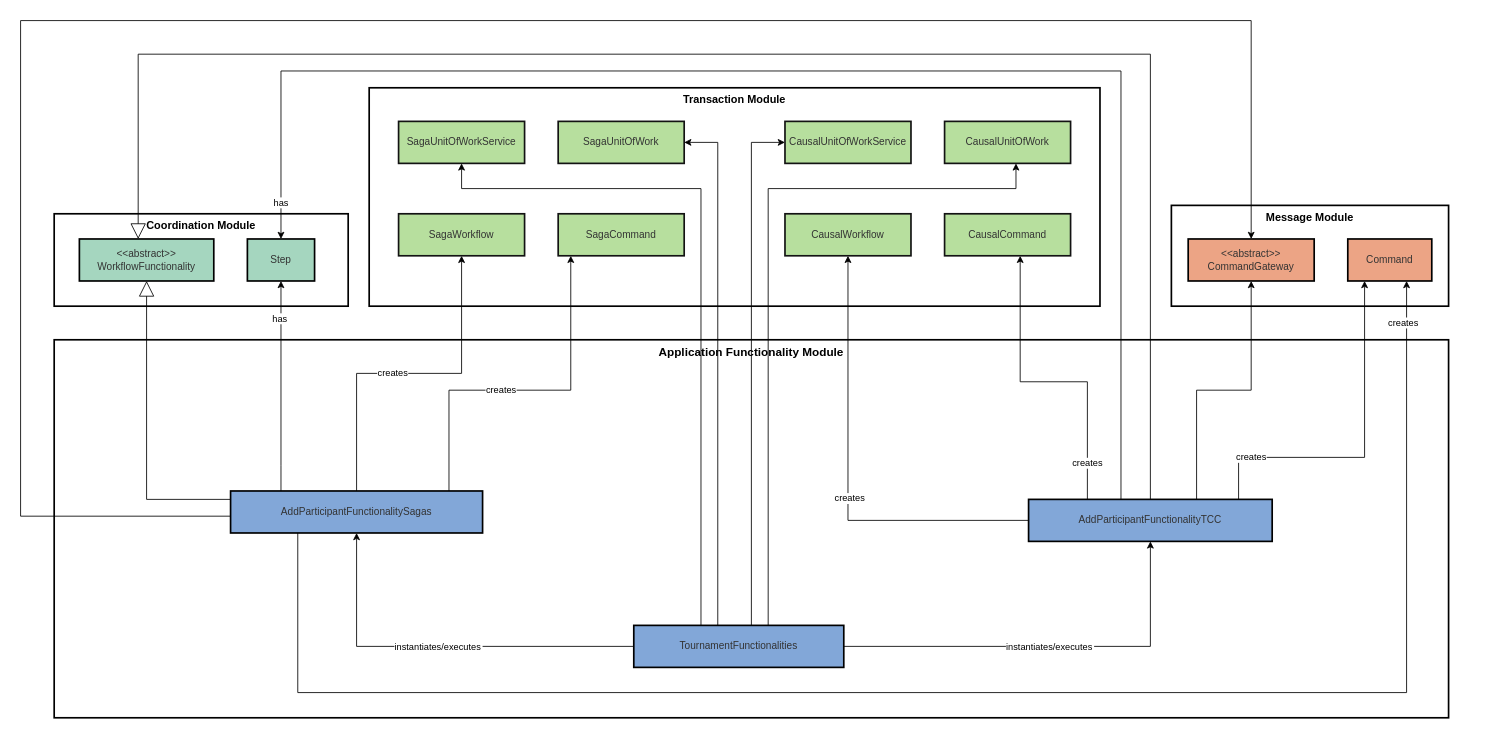
Before: data/figs/architecture/layers/layers_app_functionalities.drawio in socialsoftware/microservices-simulator, a draw.io diagram. Source tidied: cells renumbered, new cells numbered last; positions are measured from the earlier drawing's top-left corner, leaving out a move shared by most shapes. Both pictures are drawn from the tidied source at 84%, with x=0, y=0 at pixel (20, 20).
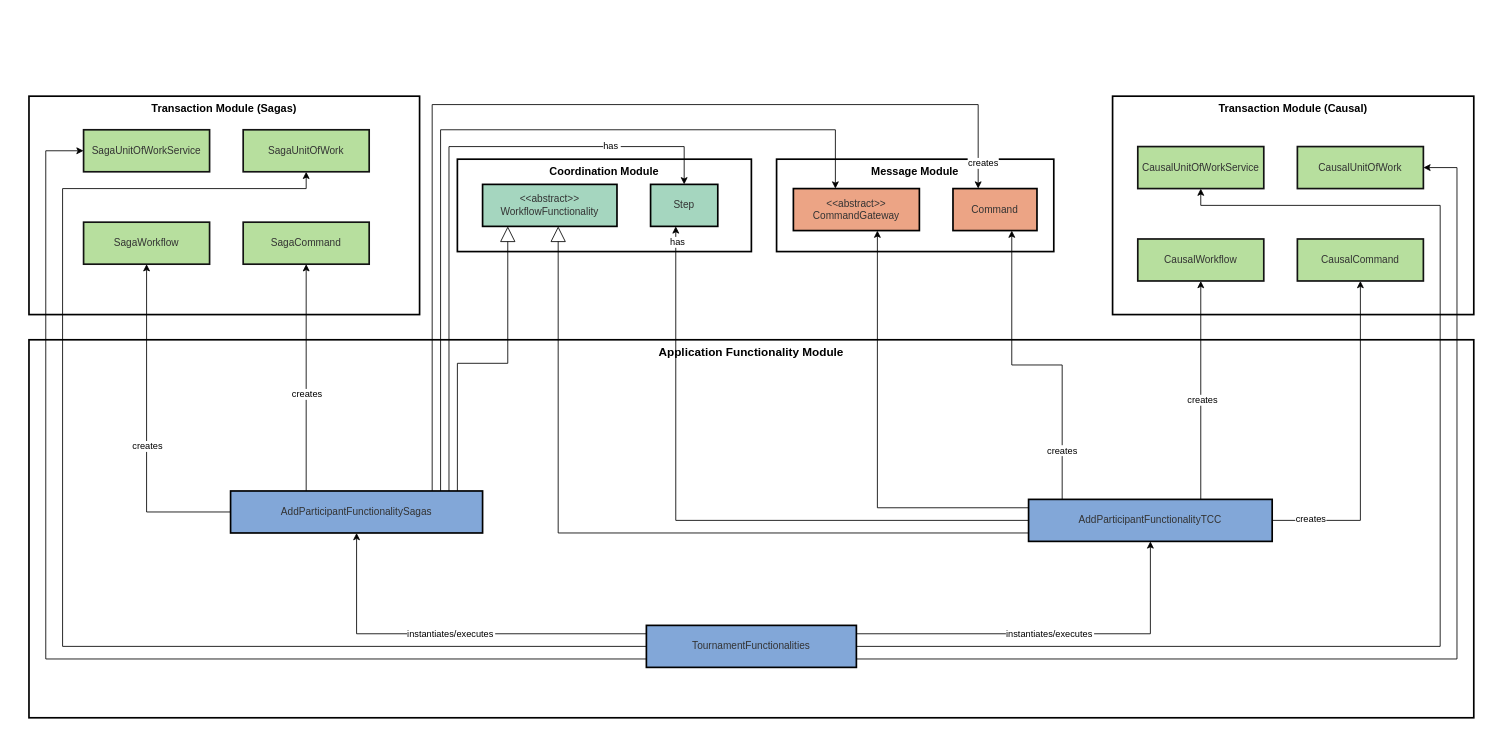
After the change.

Unchanged cells that the change refers to:
```xml
<mxCell id="21" value="AddParticipantFunctionalitySagas" style="whiteSpace=wrap;strokeWidth=2;fillColor=light-dark(#82A7D8,#1F2020);strokeColor=light-dark(#000000,#CCCCCC);fontColor=light-dark(#333333,#cccccc);" parent="1" vertex="1">
  <mxGeometry x="250" y="560" width="300" height="50" as="geometry" />
</mxCell>
<mxCell id="32" value="AddParticipantFunctionalityTCC" style="whiteSpace=wrap;strokeWidth=2;fillColor=light-dark(#82A7D8,#1F2020);strokeColor=light-dark(#000000,#CCCCCC);fontColor=light-dark(#333333,#cccccc);" parent="1" vertex="1">
  <mxGeometry x="1200" y="570" width="290" height="50" as="geometry" />
</mxCell>
```

The edit, as a diff of the source:
```diff
@@
+    <mxCell id="47" value="Transaction Module (Causal)" style="whiteSpace=wrap;strokeWidth=2;verticalAlign=top;fontStyle=1;fontSize=13;" parent="1" vertex="1">
+      <mxGeometry x="1300" y="90" width="430" height="260" as="geometry" />
+    </mxCell>
-    <mxCell id="2" value="Transaction Module" style="whiteSpace=wrap;strokeWidth=2;verticalAlign=top;fontStyle=1;fontSize=13;" parent="1" vertex="1">
-      <mxGeometry x="415" y="80" width="870" height="260" as="geometry" />
+    <mxCell id="2" value="Transaction Module (Sagas)" style="whiteSpace=wrap;strokeWidth=2;verticalAlign=top;fontStyle=1;fontSize=13;" parent="1" vertex="1">
+      <mxGeometry x="10" y="90" width="465" height="260" as="geometry" />
     </mxCell>
     <mxCell id="3" value="Coordination Module" style="whiteSpace=wrap;strokeWidth=2;verticalAlign=top;fontStyle=1;fontSize=13;" parent="1" vertex="1">
-      <mxGeometry x="40" y="230" width="350" height="110" as="geometry" />
+      <mxGeometry x="520" y="165" width="350" height="110" as="geometry" />
     </mxCell>
     <mxCell id="4" value="Message Module" style="whiteSpace=wrap;strokeWidth=2;verticalAlign=top;fontStyle=1;fontSize=13;" parent="1" vertex="1">
-      <mxGeometry x="1370" y="220" width="330" height="120" as="geometry" />
+      <mxGeometry x="900" y="165" width="330" height="110" as="geometry" />
     </mxCell>
     <mxCell id="5" value="Application Functionality Module" style="whiteSpace=wrap;strokeWidth=2;verticalAlign=top;fontStyle=1;fontSize=14;" parent="1" vertex="1">
-      <mxGeometry x="40" y="380" width="1660" height="450" as="geometry" />
+      <mxGeometry x="10" y="380" width="1720" height="450" as="geometry" />
     </mxCell>
-    <mxCell id="6" style="edgeStyle=orthogonalEdgeStyle;rounded=0;jettySize=auto;html=1;" parent="1" edge="1" source="10" target="36">
+    <mxCell id="6" style="edgeStyle=orthogonalEdgeStyle;rounded=0;jettySize=auto;html=1;jumpStyle=arc;" parent="1" edge="1" source="10" target="36">
       <mxGeometry relative="1" as="geometry">
         <Array as="points">
-          <mxPoint x="810" y="200" />
-          <mxPoint x="525" y="200" />
+          <mxPoint x="30" y="760" />
+          <mxPoint x="30" y="155" />
         </Array>
       </mxGeometry>
     </mxCell>
-    <mxCell id="7" style="edgeStyle=orthogonalEdgeStyle;rounded=0;jettySize=auto;html=1;" parent="1" edge="1" source="10" target="37">
+    <mxCell id="7" style="edgeStyle=orthogonalEdgeStyle;rounded=0;jettySize=auto;html=1;jumpStyle=arc;" parent="1" edge="1" source="10" target="37">
       <mxGeometry relative="1" as="geometry">
         <Array as="points">
-          <mxPoint x="830" y="145" />
+          <mxPoint x="50" y="745" />
+          <mxPoint x="50" y="200" />
+          <mxPoint x="340" y="200" />
         </Array>
       </mxGeometry>
     </mxCell>
-    <mxCell id="8" style="edgeStyle=orthogonalEdgeStyle;rounded=0;jettySize=auto;html=1;" parent="1" edge="1" source="10" target="38">
+    <mxCell id="8" style="edgeStyle=orthogonalEdgeStyle;rounded=0;jettySize=auto;html=1;jumpStyle=arc;" parent="1" edge="1" source="10" target="38">
       <mxGeometry relative="1" as="geometry">
         <Array as="points">
-          <mxPoint x="870" y="145" />
+          <mxPoint x="1690" y="745" />
+          <mxPoint x="1690" y="220" />
+          <mxPoint x="1405" y="220" />
         </Array>
       </mxGeometry>
     </mxCell>
-    <mxCell id="9" style="edgeStyle=orthogonalEdgeStyle;rounded=0;jettySize=auto;html=1;" parent="1" edge="1" source="10" target="39">
+    <mxCell id="9" style="edgeStyle=orthogonalEdgeStyle;rounded=0;jettySize=auto;html=1;jumpStyle=arc;" parent="1" edge="1" source="10" target="39">
       <mxGeometry relative="1" as="geometry">
         <Array as="points">
-          <mxPoint x="890" y="200" />
-          <mxPoint x="1185" y="200" />
+          <mxPoint x="1710" y="760" />
+          <mxPoint x="1710" y="175" />
         </Array>
       </mxGeometry>
     </mxCell>
     <mxCell id="10" value="TournamentFunctionalities" style="whiteSpace=wrap;strokeWidth=2;fillColor=light-dark(#82A7D8,#1F2020);strokeColor=light-dark(#000000,#CCCCCC);fontColor=light-dark(#333333,#cccccc);" parent="1" vertex="1">
-      <mxGeometry x="730" y="720" width="250" height="50" as="geometry" />
+      <mxGeometry x="745" y="720" width="250" height="50" as="geometry" />
     </mxCell>
-    <mxCell id="11" style="edgeStyle=orthogonalEdgeStyle;rounded=0;jettySize=auto;html=1;" parent="1" edge="1" source="21" target="44">
+    <mxCell id="11" style="edgeStyle=orthogonalEdgeStyle;rounded=0;jettySize=auto;html=1;jumpStyle=arc;" parent="1" edge="1" source="21" target="44">
       <mxGeometry relative="1" as="geometry" />
     </mxCell>
@@
-    <mxCell id="13" style="edgeStyle=orthogonalEdgeStyle;rounded=0;jettySize=auto;html=1;endArrow=block;endFill=0;endSize=16;" parent="1" edge="1" source="21" target="35">
+    <mxCell id="13" style="edgeStyle=orthogonalEdgeStyle;rounded=0;jettySize=auto;html=1;endArrow=block;endFill=0;endSize=16;jumpStyle=arc;" parent="1" edge="1" source="21" target="35">
       <mxGeometry relative="1" as="geometry">
         <Array as="points">
-          <mxPoint x="150" y="570" />
+          <mxPoint x="520" y="408" />
+          <mxPoint x="580" y="408" />
         </Array>
       </mxGeometry>
     </mxCell>
-    <mxCell id="14" style="edgeStyle=orthogonalEdgeStyle;rounded=0;jettySize=auto;html=1;" parent="1" edge="1" source="21" target="42">
+    <mxCell id="14" style="edgeStyle=orthogonalEdgeStyle;rounded=0;jettySize=auto;html=1;jumpStyle=arc;" parent="1" edge="1" source="21" target="42">
       <mxGeometry relative="1" as="geometry">
         <Array as="points">
-          <mxPoint x="510" y="440" />
-          <mxPoint x="655" y="440" />
-          <mxPoint x="655" y="255" />
+          <mxPoint x="340" y="490" />
+          <mxPoint x="340" y="490" />
         </Array>
       </mxGeometry>
     </mxCell>
@@
-    <mxCell id="16" style="edgeStyle=orthogonalEdgeStyle;rounded=0;jettySize=auto;html=1;" parent="1" edge="1" source="21" target="34">
+    <mxCell id="16" style="edgeStyle=orthogonalEdgeStyle;rounded=0;jettySize=auto;html=1;jumpStyle=arc;" parent="1" edge="1" source="21" target="34">
       <mxGeometry relative="1" as="geometry">
         <Array as="points">
-          <mxPoint x="330" y="800" />
-          <mxPoint x="1650" y="800" />
+          <mxPoint x="490" y="100" />
+          <mxPoint x="1140" y="100" />
         </Array>
       </mxGeometry>
     </mxCell>
@@
-    <mxCell id="18" style="edgeStyle=orthogonalEdgeStyle;rounded=0;jettySize=auto;html=1;" parent="1" edge="1" source="21" target="46">
+    <mxCell id="18" style="edgeStyle=orthogonalEdgeStyle;rounded=0;jettySize=auto;html=1;jumpStyle=arc;" parent="1" edge="1" source="21" target="46">
       <mxGeometry relative="1" as="geometry">
         <Array as="points">
-          <mxPoint x="310" y="530" />
-          <mxPoint x="310" y="530" />
+          <mxPoint x="510" y="150" />
+          <mxPoint x="790" y="150" />
         </Array>
       </mxGeometry>
     </mxCell>
@@
-    <mxCell id="20" style="edgeStyle=orthogonalEdgeStyle;rounded=0;jettySize=auto;html=1;" parent="1" edge="1" source="21" target="33">
+    <mxCell id="20" style="edgeStyle=orthogonalEdgeStyle;rounded=0;jettySize=auto;html=1;jumpStyle=arc;" parent="1" edge="1" source="21" target="33">
       <mxGeometry relative="1" as="geometry">
         <Array as="points">
-          <mxPoint y="590" />
-          <mxPoint />
-          <mxPoint x="1465" />
+          <mxPoint x="500" y="130" />
+          <mxPoint x="970" y="130" />
         </Array>
       </mxGeometry>
     </mxCell>
@@
-    <mxCell id="22" style="edgeStyle=orthogonalEdgeStyle;rounded=0;jettySize=auto;html=1;" parent="1" edge="1" source="32" target="45">
-      <mxGeometry relative="1" as="geometry" />
+    <mxCell id="22" style="edgeStyle=orthogonalEdgeStyle;rounded=0;jettySize=auto;html=1;jumpStyle=arc;" parent="1" edge="1" source="32" target="45">
+      <mxGeometry relative="1" as="geometry">
+        <Array as="points">
+          <mxPoint x="1405" y="510" />
+          <mxPoint x="1405" y="510" />
+        </Array>
+      </mxGeometry>
     </mxCell>
@@
-    <mxCell id="24" style="edgeStyle=orthogonalEdgeStyle;rounded=0;jettySize=auto;html=1;endArrow=block;endFill=0;endSize=16;" parent="1" edge="1" source="32" target="35">
+    <mxCell id="24" style="edgeStyle=orthogonalEdgeStyle;rounded=0;jettySize=auto;html=1;endArrow=block;endFill=0;endSize=16;jumpStyle=arc;" parent="1" edge="1" source="32" target="35">
       <mxGeometry relative="1" as="geometry">
         <Array as="points">
-          <mxPoint x="1345" y="40" />
-          <mxPoint x="140" y="40" />
+          <mxPoint x="640" y="610" />
         </Array>
       </mxGeometry>
     </mxCell>
-    <mxCell id="25" style="edgeStyle=orthogonalEdgeStyle;rounded=0;jettySize=auto;html=1;" parent="1" edge="1" source="32" target="43">
-      <mxGeometry relative="1" as="geometry">
-        <Array as="points">
-          <mxPoint x="1270" y="430" />
-          <mxPoint x="1190" y="430" />
-        </Array>
-      </mxGeometry>
+    <mxCell id="25" style="edgeStyle=orthogonalEdgeStyle;rounded=0;jettySize=auto;html=1;jumpStyle=arc;" parent="1" edge="1" source="32" target="43">
+      <mxGeometry relative="1" as="geometry" />
     </mxCell>
@@
-    <mxCell id="27" style="edgeStyle=orthogonalEdgeStyle;rounded=0;jettySize=auto;html=1;" parent="1" edge="1" source="32" target="34">
+    <mxCell id="27" style="edgeStyle=orthogonalEdgeStyle;rounded=0;jettySize=auto;html=1;jumpStyle=arc;" parent="1" edge="1" source="32" target="34">
       <mxGeometry relative="1" as="geometry">
         <Array as="points">
-          <mxPoint x="1450" y="520" />
-          <mxPoint x="1600" y="520" />
+          <mxPoint x="1240" y="410" />
+          <mxPoint x="1180" y="410" />
         </Array>
       </mxGeometry>
     </mxCell>
@@
-    <mxCell id="29" style="edgeStyle=orthogonalEdgeStyle;rounded=0;jettySize=auto;html=1;" parent="1" edge="1" source="32" target="33">
+    <mxCell id="29" style="edgeStyle=orthogonalEdgeStyle;rounded=0;jettySize=auto;html=1;jumpStyle=arc;" parent="1" edge="1" source="32" target="33">
       <mxGeometry relative="1" as="geometry">
         <Array as="points">
-          <mxPoint x="1400" y="440" />
-          <mxPoint x="1465" y="440" />
+          <mxPoint x="1020" y="580" />
         </Array>
       </mxGeometry>
     </mxCell>
-    <mxCell id="30" style="edgeStyle=orthogonalEdgeStyle;rounded=0;jettySize=auto;html=1;" parent="1" edge="1" source="32" target="46">
+    <mxCell id="30" style="edgeStyle=orthogonalEdgeStyle;rounded=0;jettySize=auto;html=1;jumpStyle=arc;" parent="1" edge="1" target="46">
       <mxGeometry relative="1" as="geometry">
+        <mxPoint x="1200" y="595" as="sourcePoint" />
         <Array as="points">
-          <mxPoint x="1310" y="60" />
-          <mxPoint x="310" y="60" />
+          <mxPoint x="780" y="595" />
         </Array>
       </mxGeometry>
     </mxCell>
@@
     <mxCell id="33" value="&lt;&lt;abstract&gt;&gt;&#10;CommandGateway" style="whiteSpace=wrap;strokeWidth=2;fillColor=light-dark(#ECA485,#1F2020);strokeColor=default;fontColor=light-dark(#333333,#cccccc);" parent="1" vertex="1">
-      <mxGeometry x="1390" y="260" width="150" height="50" as="geometry" />
+      <mxGeometry x="920" y="200" width="150" height="50" as="geometry" />
     </mxCell>
     <mxCell id="34" value="Command" style="whiteSpace=wrap;strokeWidth=2;fillColor=light-dark(#ECA485,#1F2020);strokeColor=default;fontColor=light-dark(#333333,#cccccc);" parent="1" vertex="1">
-      <mxGeometry x="1580" y="260" width="100" height="50" as="geometry" />
+      <mxGeometry x="1110" y="200" width="100" height="50" as="geometry" />
     </mxCell>
     <mxCell id="35" value="&lt;&lt;abstract&gt;&gt;&#10;WorkflowFunctionality" style="whiteSpace=wrap;strokeWidth=2;fillColor=light-dark(#A5D6BF,#1F2020);strokeColor=light-dark(#000000,#CCCCCC);fontColor=light-dark(#333333,#cccccc);" parent="1" vertex="1">
-      <mxGeometry x="70" y="260" width="160" height="50" as="geometry" />
+      <mxGeometry x="550" y="195" width="160" height="50" as="geometry" />
     </mxCell>
     <mxCell id="36" value="SagaUnitOfWorkService" style="whiteSpace=wrap;strokeWidth=2;fillColor=light-dark(#B7DF9E,#1F2020);strokeColor=light-dark(#131313,#CCCCCC);fontColor=light-dark(#333333,#cccccc);" parent="1" vertex="1">
-      <mxGeometry x="450" y="120" width="150" height="50" as="geometry" />
+      <mxGeometry x="75" y="130" width="150" height="50" as="geometry" />
     </mxCell>
     <mxCell id="37" value="SagaUnitOfWork" style="whiteSpace=wrap;strokeWidth=2;fillColor=light-dark(#B7DF9E,#1F2020);strokeColor=light-dark(#131313,#CCCCCC);fontColor=light-dark(#333333,#cccccc);" parent="1" vertex="1">
-      <mxGeometry x="640" y="120" width="150" height="50" as="geometry" />
+      <mxGeometry x="265" y="130" width="150" height="50" as="geometry" />
     </mxCell>
     <mxCell id="38" value="CausalUnitOfWorkService" style="whiteSpace=wrap;strokeWidth=2;fillColor=light-dark(#B7DF9E,#1F2020);strokeColor=light-dark(#131313,#CCCCCC);fontColor=light-dark(#333333,#cccccc);" parent="1" vertex="1">
-      <mxGeometry x="910" y="120" width="150" height="50" as="geometry" />
+      <mxGeometry x="1330" y="150" width="150" height="50" as="geometry" />
     </mxCell>
     <mxCell id="39" value="CausalUnitOfWork" style="whiteSpace=wrap;strokeWidth=2;fillColor=light-dark(#B7DF9E,#1F2020);strokeColor=light-dark(#131313,#CCCCCC);fontColor=light-dark(#333333,#cccccc);" parent="1" vertex="1">
-      <mxGeometry x="1100" y="120" width="150" height="50" as="geometry" />
+      <mxGeometry x="1520" y="150" width="150" height="50" as="geometry" />
     </mxCell>
-    <mxCell id="40" value="instantiates/executes" style="startArrow=none;endArrow=classic;rounded=0;edgeStyle=orthogonalEdgeStyle;endFill=1;" parent="1" edge="1" source="10" target="21">
-      <mxGeometry relative="1" as="geometry" />
+    <mxCell id="40" value="instantiates/executes" style="startArrow=none;endArrow=classic;rounded=0;edgeStyle=orthogonalEdgeStyle;endFill=1;jumpStyle=arc;" parent="1" edge="1" source="10" target="21">
+      <mxGeometry relative="1" as="geometry">
+        <Array as="points">
+          <mxPoint x="400" y="730" />
+        </Array>
+      </mxGeometry>
     </mxCell>
-    <mxCell id="41" value="instantiates/executes" style="startArrow=none;endArrow=classic;rounded=0;edgeStyle=orthogonalEdgeStyle;endFill=1;" parent="1" edge="1" source="10" target="32">
-      <mxGeometry relative="1" as="geometry" />
+    <mxCell id="41" value="instantiates/executes" style="startArrow=none;endArrow=classic;rounded=0;edgeStyle=orthogonalEdgeStyle;endFill=1;jumpStyle=arc;" parent="1" edge="1" source="10" target="32">
+      <mxGeometry relative="1" as="geometry">
+        <Array as="points">
+          <mxPoint x="1345" y="730" />
+        </Array>
+      </mxGeometry>
     </mxCell>
     <mxCell id="42" value="SagaCommand" style="whiteSpace=wrap;strokeWidth=2;fillColor=light-dark(#B7DF9E,#1F2020);strokeColor=light-dark(#131313,#CCCCCC);fontColor=light-dark(#333333,#cccccc);" parent="1" vertex="1">
-      <mxGeometry x="640" y="230" width="150" height="50" as="geometry" />
+      <mxGeometry x="265" y="240" width="150" height="50" as="geometry" />
     </mxCell>
     <mxCell id="43" value="CausalCommand" style="whiteSpace=wrap;strokeWidth=2;fillColor=light-dark(#B7DF9E,#1F2020);strokeColor=light-dark(#131313,#CCCCCC);fontColor=light-dark(#333333,#cccccc);" parent="1" vertex="1">
-      <mxGeometry x="1100" y="230" width="150" height="50" as="geometry" />
+      <mxGeometry x="1520" y="260" width="150" height="50" as="geometry" />
     </mxCell>
     <mxCell id="44" value="SagaWorkflow" style="whiteSpace=wrap;strokeWidth=2;fillColor=light-dark(#B7DF9E,#1F2020);strokeColor=light-dark(#131313,#CCCCCC);fontColor=light-dark(#333333,#cccccc);" parent="1" vertex="1">
-      <mxGeometry x="450" y="230" width="150" height="50" as="geometry" />
+      <mxGeometry x="75" y="240" width="150" height="50" as="geometry" />
     </mxCell>
     <mxCell id="45" value="CausalWorkflow" style="whiteSpace=wrap;strokeWidth=2;fillColor=light-dark(#B7DF9E,#1F2020);strokeColor=light-dark(#131313,#CCCCCC);fontColor=light-dark(#333333,#cccccc);" parent="1" vertex="1">
-      <mxGeometry x="910" y="230" width="150" height="50" as="geometry" />
+      <mxGeometry x="1330" y="260" width="150" height="50" as="geometry" />
     </mxCell>
     <mxCell id="46" value="Step" style="whiteSpace=wrap;strokeWidth=2;fillColor=light-dark(#A5D6BF,#1F2020);strokeColor=light-dark(#000000,#CCCCCC);fontColor=light-dark(#333333,#cccccc);" parent="1" vertex="1">
-      <mxGeometry x="270" y="260" width="80" height="50" as="geometry" />
+      <mxGeometry x="750" y="195" width="80" height="50" as="geometry" />
     </mxCell>
```
